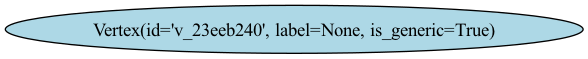
This is visual_output/simple_predicate.png from mijahauan/Arisbe, a Graphviz export, as it was before one commit. Its source is kept beside it as visual_output/simple_predicate.dot.
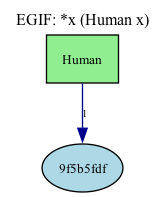
Later version of the same file.

Diff of the diagram source:
```diff
@@ -1,7 +1,13 @@
 digraph EG {
   rankdir=TB;
-  node [shape=ellipse, style=filled, fillcolor=lightblue];
-  edge [color=darkblue];
+  compound=true;
+  node [fontsize=10];
 
-  "Vertex(id='v_23eeb240', label=None, is_generic=True)" [label="Vertex(id='v_23eeb240', label=None, is_generic=True)"];
+  label="EGIF: *x (Human x)";
+  labelloc="t";
+  fontsize=12;
+
+  "pred_e_8e9a7e17" [label="Human", shape=box, style=filled, fillcolor=lightgreen];
+  "Vertex(id='v_9f5b5fdf', label=None, is_generic=True)" [label="9f5b5fdf", shape=ellipse, style=filled, fillcolor=lightblue];
+  "pred_e_8e9a7e17" -> "Vertex(id='v_9f5b5fdf', label=None, is_generic=True)" [label="1", color=darkblue, fontsize=8];
 }
```
